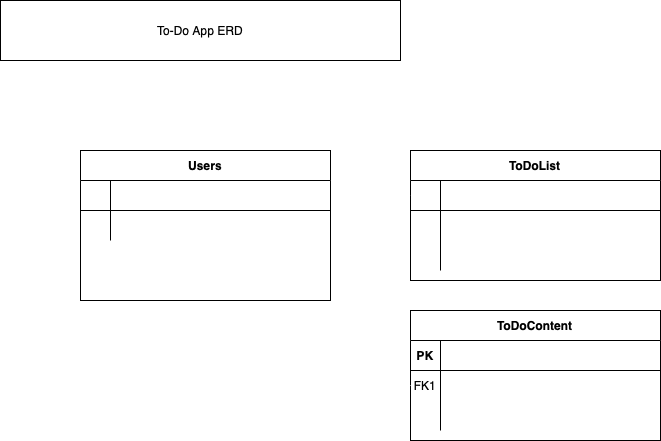
imaneya/clush-todo-backend keeps this draw.io diagram as To-Do App Register ERD.png. Above is the earlier version. Source tidied: cells renumbered, new cells last; positions are measured from the earlier drawing's top-left corner, leaving out a move shared by most shapes.
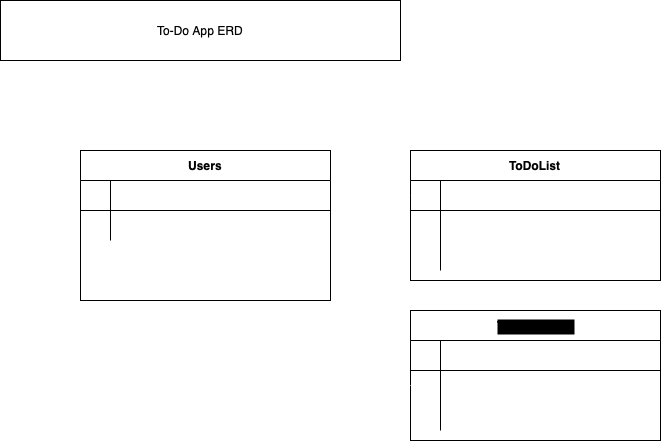
The same file after the commit.

The edit, as a diff of the source:
```diff
@@ -32,13 +32,13 @@
     <mxCell id="11" value="order_date date NOT NULL" style="shape=partialRectangle;overflow=hidden;fillColor=none;top=0;left=0;bottom=0;right=0;align=left;spacingLeft=6;fontColor=#FFFFFF;" parent="9" vertex="1">
       <mxGeometry x="30" width="220" height="30" as="geometry" />
     </mxCell>
-    <mxCell id="12" value="ToDoContent" style="shape=table;startSize=30;rowLines=0;fontStyle=1;align=center;" parent="1" vertex="1">
+    <mxCell id="12" value="ToDoContent" style="shape=table;startSize=30;rowLines=0;fontStyle=1;align=center;labelBackgroundColor=#000000;" parent="1" vertex="1">
       <mxGeometry x="410" y="310" width="250" height="130" as="geometry" />
     </mxCell>
     <mxCell id="13" style="shape=partialRectangle;fillColor=none;top=0;left=0;right=0;bottom=1;fontColor=#FFFFFF;" parent="12" vertex="1">
       <mxGeometry y="30" width="250" height="30" as="geometry" />
     </mxCell>
-    <mxCell id="14" value="PK" style="shape=partialRectangle;overflow=hidden;fillColor=none;top=0;left=0;bottom=0;right=0;fontStyle=1;fontColor=#000000;" parent="13" vertex="1">
+    <mxCell id="14" value="PK" style="shape=partialRectangle;overflow=hidden;fillColor=none;top=0;left=0;bottom=0;right=0;fontStyle=1;fontColor=#FFFFFF;" parent="13" vertex="1">
       <mxGeometry width="30" height="30" as="geometry" />
     </mxCell>
     <mxCell id="15" value="idx int" style="shape=partialRectangle;overflow=hidden;fillColor=none;top=0;left=0;bottom=0;right=0;align=left;spacingLeft=6;fontStyle=5;fontColor=#FFFFFF;" parent="13" vertex="1">
@@ -47,7 +47,7 @@
     <mxCell id="16" style="shape=partialRectangle;fillColor=none;points=[[0,0.5],[1,0.5]];portConstraint=eastwest;top=0;left=0;right=0;bottom=0;fontColor=#FFFFFF;" parent="12" vertex="1">
       <mxGeometry y="60" width="250" height="30" as="geometry" />
     </mxCell>
-    <mxCell id="17" value="FK1" style="shape=partialRectangle;overflow=hidden;fillColor=none;top=0;left=0;bottom=0;right=0;fontColor=#000000;" parent="16" vertex="1">
+    <mxCell id="17" value="FK1" style="shape=partialRectangle;overflow=hidden;fillColor=none;top=0;left=0;bottom=0;right=0;fontColor=#FFFFFF;" parent="16" vertex="1">
       <mxGeometry width="30" height="30" as="geometry" />
     </mxCell>
     <mxCell id="18" value="listed int" style="shape=partialRectangle;overflow=hidden;fillColor=none;top=0;left=0;bottom=0;right=0;align=left;spacingLeft=6;fontColor=#FFFFFF;" parent="16" vertex="1">
@@ -56,7 +56,7 @@
     <mxCell id="19" style="shape=partialRectangle;fillColor=none;top=0;left=0;right=0;bottom=0;fontColor=#FFFFFF;" parent="12" vertex="1">
       <mxGeometry y="90" width="250" height="30" as="geometry" />
     </mxCell>
-    <mxCell id="20" style="shape=partialRectangle;overflow=hidden;fillColor=none;top=0;left=0;bottom=0;right=0;fontColor=#000000;" parent="19" vertex="1">
+    <mxCell id="20" style="shape=partialRectangle;overflow=hidden;fillColor=none;top=0;left=0;bottom=0;right=0;fontColor=#FFFFFF;" parent="19" vertex="1">
       <mxGeometry width="30" height="30" as="geometry" />
     </mxCell>
     <mxCell id="21" value="context varchar255" style="shape=partialRectangle;overflow=hidden;fillColor=none;top=0;left=0;bottom=0;right=0;align=left;spacingLeft=6;fontColor=#FFFFFF;" parent="19" vertex="1">
```
